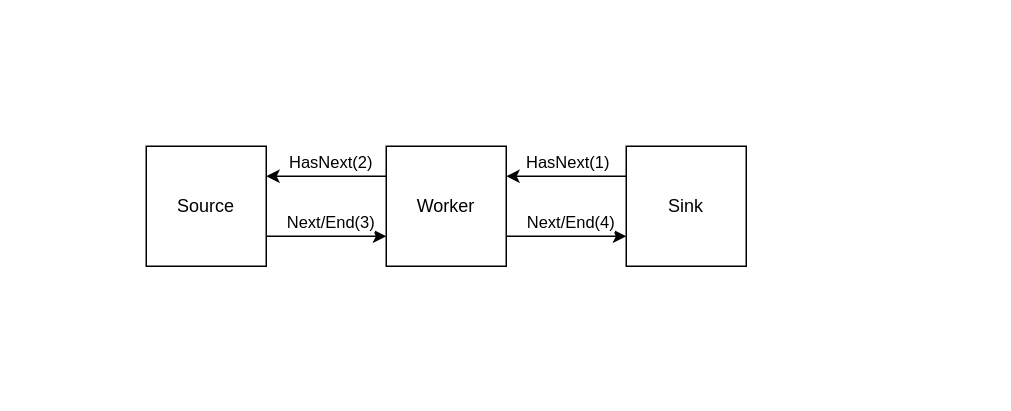
Above: doc/stream.drawio in shlax/wisp (draw.io), before the change. Source tidied: cells renumbered, new cells numbered last; positions are measured from the earlier drawing's top-left corner, leaving out a move shared by most shapes. Both pictures are drawn from the tidied source at 150%, with x=0, y=0 at pixel (146, 146).
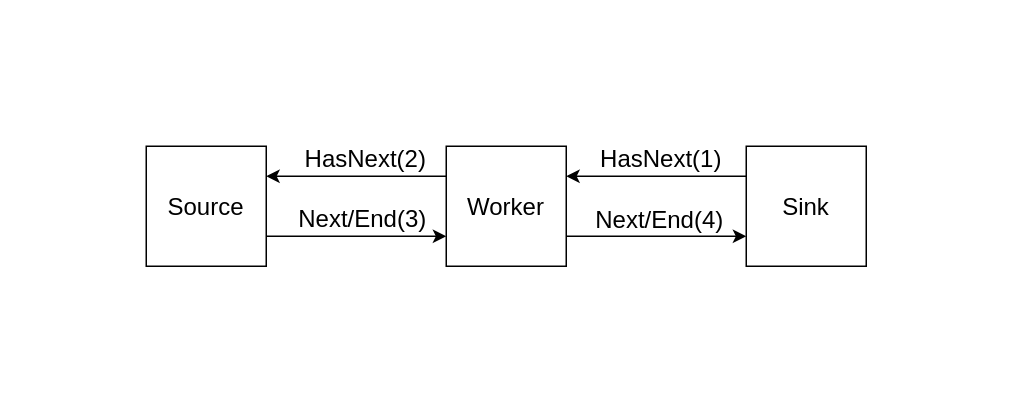
After the change.

What changed in the source:
```diff
@@
 <mxGraphModel>
   <root>
     <mxCell id="0" />
     <mxCell id="1" parent="0" />
-    <mxCell id="2" value="Source" style="rounded=0;whiteSpace=wrap;html=1;" parent="1" vertex="1">
+    <mxCell id="2" value="Source" style="rounded=0;whiteSpace=wrap;html=1;fontSize=16;" parent="1" vertex="1">
       <mxGeometry width="80" height="80" as="geometry" />
     </mxCell>
-    <mxCell id="3" value="Worker" style="rounded=0;whiteSpace=wrap;html=1;" parent="1" vertex="1">
-      <mxGeometry x="160" width="80" height="80" as="geometry" />
-    </mxCell>
+    <mxCell id="5" style="endArrow=classic;html=1;rounded=0;entryX=1;entryY=0.25;entryDx=0;entryDy=0;exitX=0;exitY=0.25;exitDx=0;exitDy=0;" parent="1" edge="1" source="3" target="2">
+      <mxGeometry relative="1" as="geometry" />
+    </mxCell>
+    <mxCell id="8" style="endArrow=classic;html=1;rounded=0;entryX=0;entryY=0.75;entryDx=0;entryDy=0;exitX=1;exitY=0.75;exitDx=0;exitDy=0;" parent="1" edge="1" source="2" target="3">
+      <mxGeometry relative="1" as="geometry" />
+    </mxCell>
+    <mxCell id="13" style="swimlane;startSize=0;fillStyle=solid;fillColor=#FFFFFF;gradientColor=none;strokeColor=none;rounded=1;" parent="1" vertex="1">
+      <mxGeometry x="-80" y="-80" width="640" height="240" as="geometry" />
+    </mxCell>
-    <mxCell id="4" value="Sink" style="rounded=0;whiteSpace=wrap;html=1;" parent="1" vertex="1">
-      <mxGeometry x="320" width="80" height="80" as="geometry" />
+    <mxCell id="4" value="Sink" style="rounded=0;whiteSpace=wrap;html=1;fontSize=16;" parent="13" vertex="1">
+      <mxGeometry x="480" y="80" width="80" height="80" as="geometry" />
     </mxCell>
-    <mxCell id="5" style="endArrow=classic;html=1;rounded=0;entryX=1;entryY=0.25;entryDx=0;entryDy=0;exitX=0;exitY=0.25;exitDx=0;exitDy=0;" parent="1" edge="1" source="3" target="2">
-      <mxGeometry relative="1" as="geometry" />
-    </mxCell>
-    <mxCell id="6" style="endArrow=classic;html=1;rounded=0;entryX=1;entryY=0.25;entryDx=0;entryDy=0;exitX=0;exitY=0.25;exitDx=0;exitDy=0;" parent="1" edge="1">
+    <mxCell id="6" style="endArrow=classic;html=1;rounded=0;entryX=1;entryY=0.25;entryDx=0;entryDy=0;exitX=0;exitY=0.25;exitDx=0;exitDy=0;" parent="13" edge="1" target="3">
       <mxGeometry relative="1" as="geometry">
-        <mxPoint x="320" y="20" as="sourcePoint" />
-        <mxPoint x="240" y="20" as="targetPoint" />
+        <mxPoint x="480" y="100" as="sourcePoint" />
       </mxGeometry>
     </mxCell>
-    <mxCell id="7" value="HasNext(1)" style="edgeLabel;html=1;align=center;verticalAlign=middle;" parent="6" vertex="1">
+    <mxCell id="7" value="HasNext(1)" style="edgeLabel;html=1;align=center;verticalAlign=middle;fontSize=16;" parent="6" vertex="1">
       <mxGeometry x="0.28" relative="1" as="geometry">
-        <mxPoint x="11" y="-10" as="offset" />
+        <mxPoint x="19" y="-13" as="offset" />
       </mxGeometry>
     </mxCell>
-    <mxCell id="8" style="endArrow=classic;html=1;rounded=0;entryX=0;entryY=0.75;entryDx=0;entryDy=0;exitX=1;exitY=0.75;exitDx=0;exitDy=0;" parent="1" edge="1" source="2" target="3">
-      <mxGeometry relative="1" as="geometry" />
-    </mxCell>
-    <mxCell id="9" style="endArrow=classic;html=1;rounded=0;entryX=0;entryY=0.75;entryDx=0;entryDy=0;exitX=1;exitY=0.75;exitDx=0;exitDy=0;" parent="1" edge="1">
+    <mxCell id="9" style="endArrow=classic;html=1;rounded=0;entryX=0;entryY=0.75;entryDx=0;entryDy=0;exitX=1;exitY=0.75;exitDx=0;exitDy=0;" parent="13" edge="1" target="4">
       <mxGeometry relative="1" as="geometry">
-        <mxPoint x="240" y="60" as="sourcePoint" />
-        <mxPoint x="320" y="60" as="targetPoint" />
+        <mxPoint x="360" y="140" as="sourcePoint" />
       </mxGeometry>
     </mxCell>
+    <mxCell id="3" value="Worker" style="rounded=0;whiteSpace=wrap;html=1;fontSize=16;" parent="13" vertex="1">
+      <mxGeometry x="280" y="80" width="80" height="80" as="geometry" />
+    </mxCell>
+    <mxCell id="12" value="Next/End(4)" style="edgeLabel;html=1;align=center;verticalAlign=middle;fontSize=16;" parent="13" vertex="1">
+      <mxGeometry x="369" y="122" as="geometry">
+        <mxPoint x="52" y="6" as="offset" />
+      </mxGeometry>
+    </mxCell>
-    <mxCell id="10" value="HasNext(2)" style="edgeLabel;html=1;align=center;verticalAlign=middle;" parent="1" vertex="1">
-      <mxGeometry x="120" y="10" as="geometry">
+    <mxCell id="10" value="HasNext(2)" style="edgeLabel;html=1;align=center;verticalAlign=middle;fontSize=16;" parent="13" vertex="1">
+      <mxGeometry x="223" y="87" as="geometry">
         <mxPoint x="2" as="offset" />
       </mxGeometry>
     </mxCell>
-    <mxCell id="11" value="Next/End(3)" style="edgeLabel;html=1;align=center;verticalAlign=middle;" parent="1" vertex="1">
-      <mxGeometry x="120" y="50" as="geometry">
+    <mxCell id="11" value="Next/End(3)" style="edgeLabel;html=1;align=center;verticalAlign=middle;fontSize=16;" parent="13" vertex="1">
+      <mxGeometry x="221" y="127" as="geometry">
         <mxPoint x="2" as="offset" />
       </mxGeometry>
     </mxCell>
-    <mxCell id="12" value="Next/End(4)" style="edgeLabel;html=1;align=center;verticalAlign=middle;" parent="1" vertex="1">
-      <mxGeometry x="280" y="50" as="geometry">
-        <mxPoint x="2" as="offset" />
-      </mxGeometry>
-    </mxCell>
   </root>
 </mxGraphModel>
```
